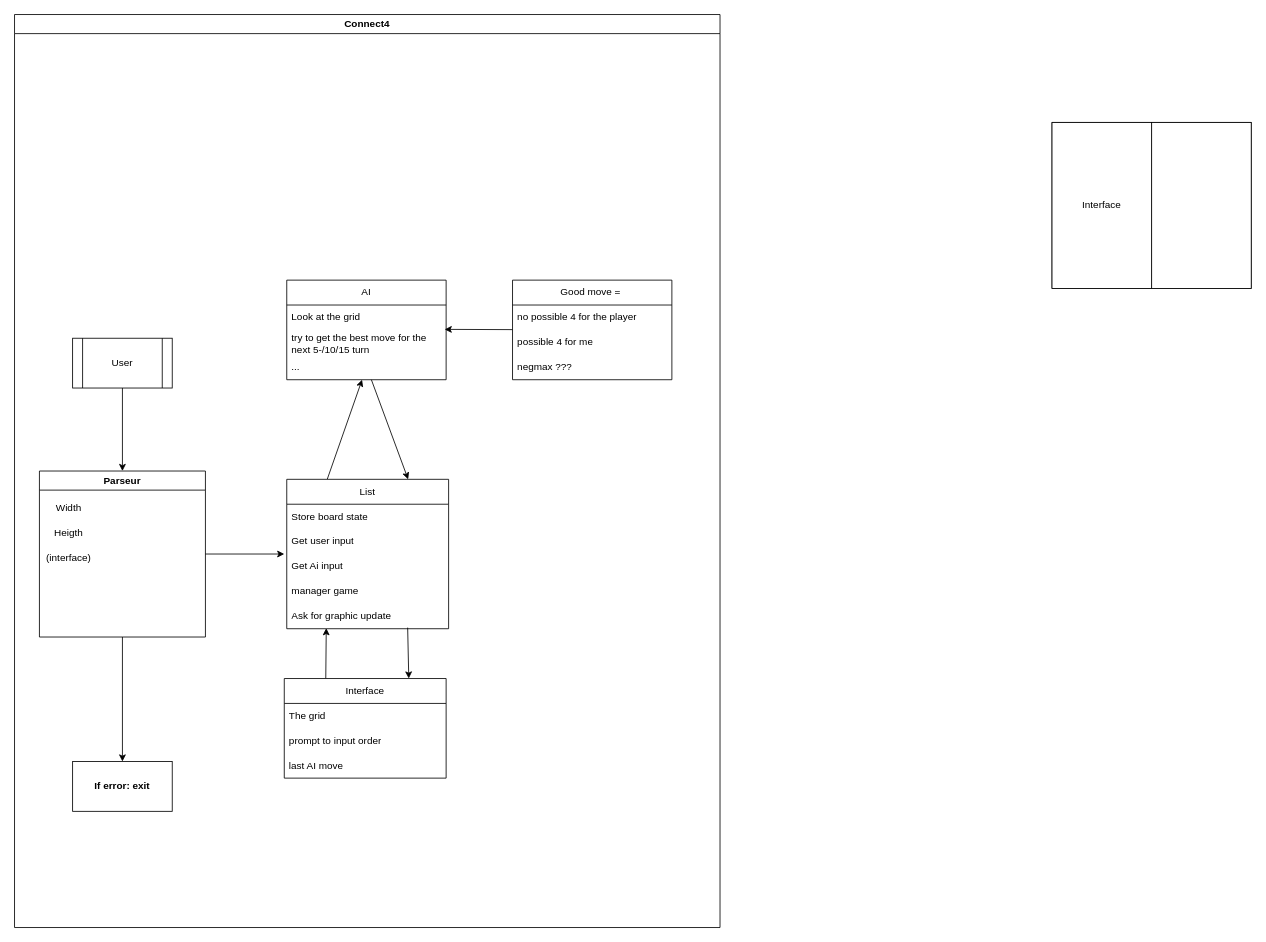
This is .dev/Connect4.drawio from Chahalor/connect4, a draw.io file, before an edit. Source tidied: cells renumbered, new cells numbered last; positions are measured from the earlier drawing's top-left corner, leaving out a move shared by most shapes. Both pictures are drawn from the tidied source at 83%, with x=0, y=0 at pixel (14, 14).
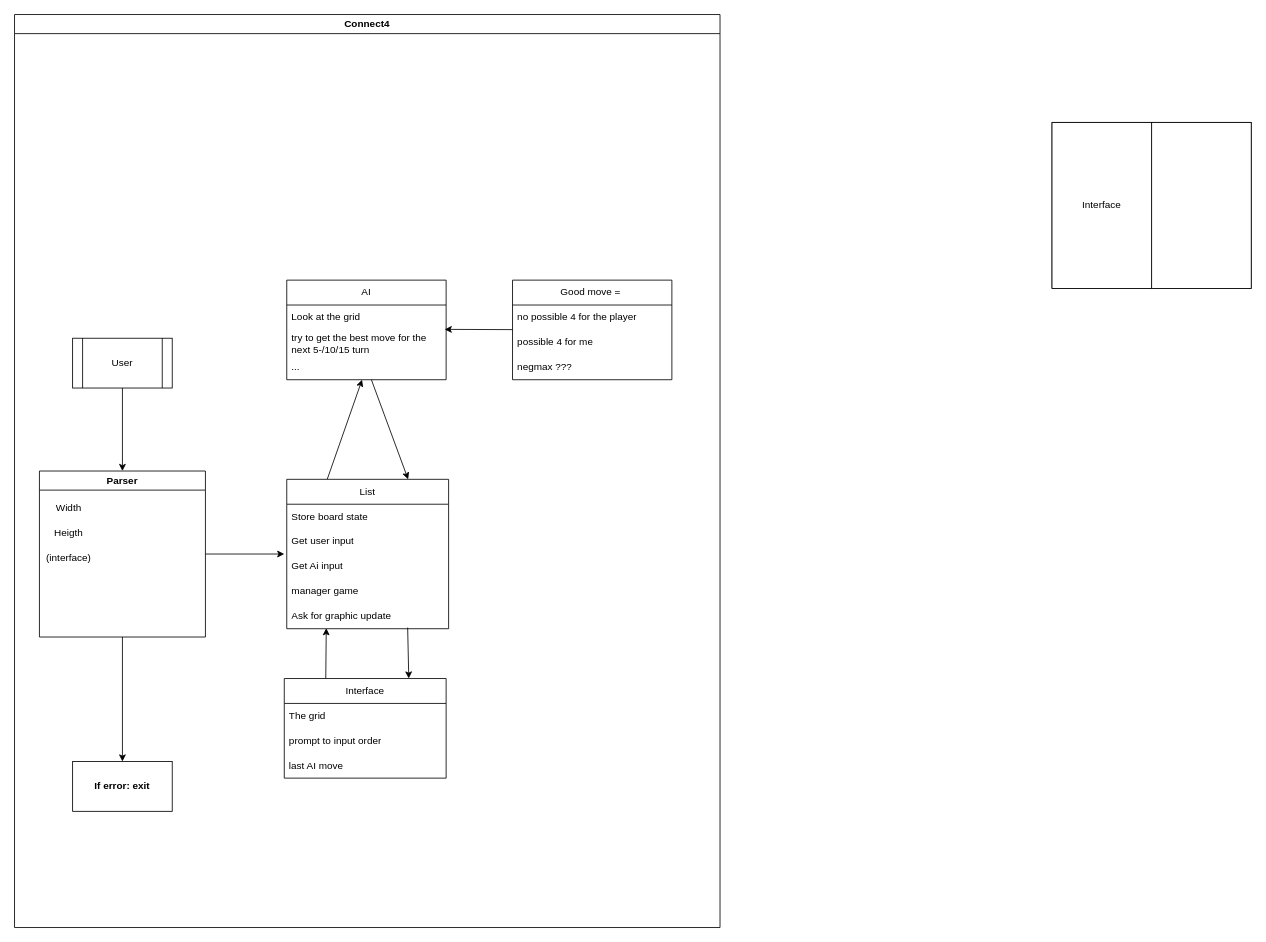
After the change.

Commit message (it also covers changes not shown here):
Chore: Fix typo in parser (from parseur)

Unchanged cells that the change refers to:
```xml
<mxCell id="2" value="Connect4" style="swimlane;whiteSpace=wrap;html=1;" parent="1" vertex="1">
  <mxGeometry width="850" height="1100" as="geometry" />
</mxCell>
```

What changed in the source:
```diff
@@
-    <mxCell id="5" value="Parseur" style="swimlane;whiteSpace=wrap;html=1;" parent="2" vertex="1">
+    <mxCell id="5" value="Parser" style="swimlane;whiteSpace=wrap;html=1;" parent="2" vertex="1">
       <mxGeometry x="30" y="550" width="200" height="200" as="geometry" />
     </mxCell>
```
